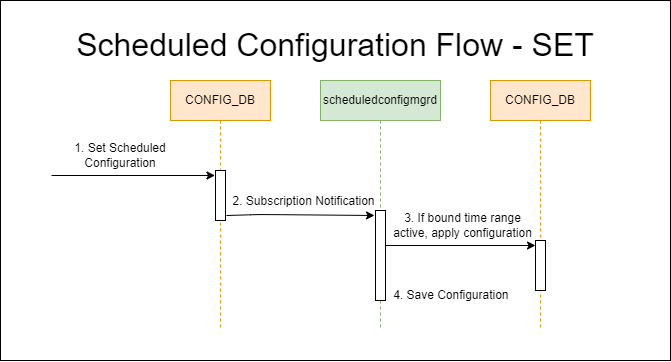
sonic-net/SONiC keeps this draw.io diagram as doc/scheduled-configurations/images/scheduled-configuration-flow-set.png. Above is the earlier version. Source tidied: cells renumbered, new cells last; positions are measured from the earlier drawing's top-left corner, leaving out a move shared by most shapes. The source it was exported from:
```xml
<mxGraphModel>
  <root>
    <mxCell id="0" />
    <mxCell id="1" parent="0" />
    <mxCell id="2" style="rounded=0;whiteSpace=wrap;html=1;" parent="1" vertex="1">
      <mxGeometry width="670" height="360" as="geometry" />
    </mxCell>
    <mxCell id="3" value="CONFIG_DB" style="shape=umlLifeline;perimeter=lifelinePerimeter;whiteSpace=wrap;html=1;fillColor=#ffe6cc;strokeColor=#d79b00;" parent="1" vertex="1">
      <mxGeometry x="170" y="80" width="100" height="250" as="geometry" />
    </mxCell>
    <mxCell id="4" style="html=1;perimeter=orthogonalPerimeter;" parent="3" vertex="1">
      <mxGeometry x="45" y="90" width="10" height="50" as="geometry" />
    </mxCell>
    <mxCell id="5" value="&lt;font style=&quot;font-size: 32px;&quot;&gt;Scheduled Configuration Flow - SET&lt;/font&gt;" style="text;html=1;strokeColor=none;fillColor=none;align=center;verticalAlign=middle;whiteSpace=wrap;rounded=0;" parent="1" vertex="1">
      <mxGeometry x="70" y="30" width="530" height="30" as="geometry" />
    </mxCell>
    <mxCell id="6" value="scheduledconfigmgrd" style="shape=umlLifeline;perimeter=lifelinePerimeter;whiteSpace=wrap;html=1;fillColor=#d5e8d4;strokeColor=#82b366;" parent="1" vertex="1">
      <mxGeometry x="320" y="80" width="120" height="250" as="geometry" />
    </mxCell>
    <mxCell id="7" style="html=1;perimeter=orthogonalPerimeter;" parent="6" vertex="1">
      <mxGeometry x="55" y="130" width="10" height="90" as="geometry" />
    </mxCell>
    <mxCell id="8" style="edgeStyle=none;html=1;exitX=0.1;exitY=0.088;exitDx=0;exitDy=0;exitPerimeter=0;" parent="1" edge="1">
      <mxGeometry relative="1" as="geometry">
        <mxPoint x="51" y="175" as="sourcePoint" />
        <mxPoint x="214.5" y="175" as="targetPoint" />
      </mxGeometry>
    </mxCell>
    <mxCell id="9" style="edgeStyle=none;html=1;startArrow=none;" parent="1" edge="1">
      <mxGeometry relative="1" as="geometry">
        <mxPoint x="226" y="215" as="sourcePoint" />
        <mxPoint x="374" y="215" as="targetPoint" />
        <Array as="points">
          <mxPoint x="260" y="214" />
        </Array>
      </mxGeometry>
    </mxCell>
    <mxCell id="10" value="2. Subscription Notification" style="edgeLabel;html=1;align=center;verticalAlign=middle;fontSize=12;" parent="9" vertex="1">
      <mxGeometry x="-0.36" y="-1" relative="1" as="geometry">
        <mxPoint x="29" y="-15" as="offset" />
      </mxGeometry>
    </mxCell>
    <mxCell id="11" value="4. Save Configuration&amp;nbsp;" style="text;html=1;strokeColor=none;fillColor=none;align=center;verticalAlign=middle;whiteSpace=wrap;rounded=0;" parent="1" vertex="1">
      <mxGeometry x="380" y="280" width="145" height="30" as="geometry" />
    </mxCell>
    <mxCell id="12" value="1. Set Scheduled Configuration" style="text;html=1;strokeColor=none;fillColor=none;align=center;verticalAlign=middle;whiteSpace=wrap;rounded=0;" parent="1" vertex="1">
      <mxGeometry x="50" y="140" width="140" height="30" as="geometry" />
    </mxCell>
    <mxCell id="13" value="CONFIG_DB" style="shape=umlLifeline;perimeter=lifelinePerimeter;whiteSpace=wrap;html=1;fillColor=#ffe6cc;strokeColor=#d79b00;" parent="1" vertex="1">
      <mxGeometry x="490" y="80" width="100" height="250" as="geometry" />
    </mxCell>
    <mxCell id="14" style="html=1;perimeter=orthogonalPerimeter;" parent="13" vertex="1">
      <mxGeometry x="45" y="160" width="10" height="50" as="geometry" />
    </mxCell>
    <mxCell id="15" value="3. If bound time range active, apply configuration" style="text;html=1;strokeColor=none;fillColor=none;align=center;verticalAlign=middle;whiteSpace=wrap;rounded=0;" parent="1" vertex="1">
      <mxGeometry x="390" y="210" width="145" height="30" as="geometry" />
    </mxCell>
    <mxCell id="16" style="endArrow=classic;html=1;" parent="1" edge="1">
      <mxGeometry relative="1" as="geometry">
        <mxPoint x="385" y="245" as="sourcePoint" />
        <mxPoint x="535" y="245" as="targetPoint" />
      </mxGeometry>
    </mxCell>
  </root>
</mxGraphModel>
```
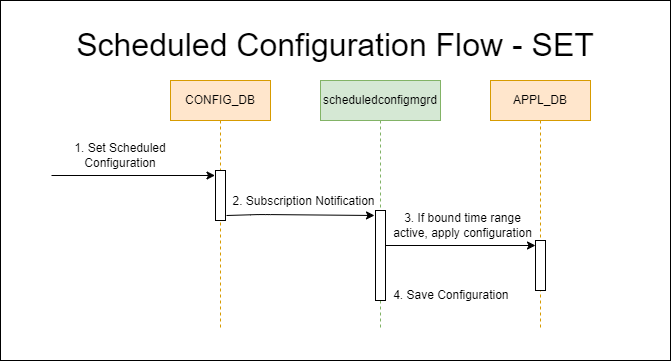
The same diagram one commit later.

Commit message:
Update Some Flow Images for Readability and Fix Spelling

Change to the diagram source:
```diff
@@ -46,7 +46,7 @@
     <mxCell id="12" value="1. Set Scheduled Configuration" style="text;html=1;strokeColor=none;fillColor=none;align=center;verticalAlign=middle;whiteSpace=wrap;rounded=0;" parent="1" vertex="1">
       <mxGeometry x="50" y="140" width="140" height="30" as="geometry" />
     </mxCell>
-    <mxCell id="13" value="CONFIG_DB" style="shape=umlLifeline;perimeter=lifelinePerimeter;whiteSpace=wrap;html=1;fillColor=#ffe6cc;strokeColor=#d79b00;" parent="1" vertex="1">
+    <mxCell id="13" value="APPL_DB" style="shape=umlLifeline;perimeter=lifelinePerimeter;whiteSpace=wrap;html=1;fillColor=#ffe6cc;strokeColor=#d79b00;" parent="1" vertex="1">
       <mxGeometry x="490" y="80" width="100" height="250" as="geometry" />
     </mxCell>
     <mxCell id="14" style="html=1;perimeter=orthogonalPerimeter;" parent="13" vertex="1">
```
